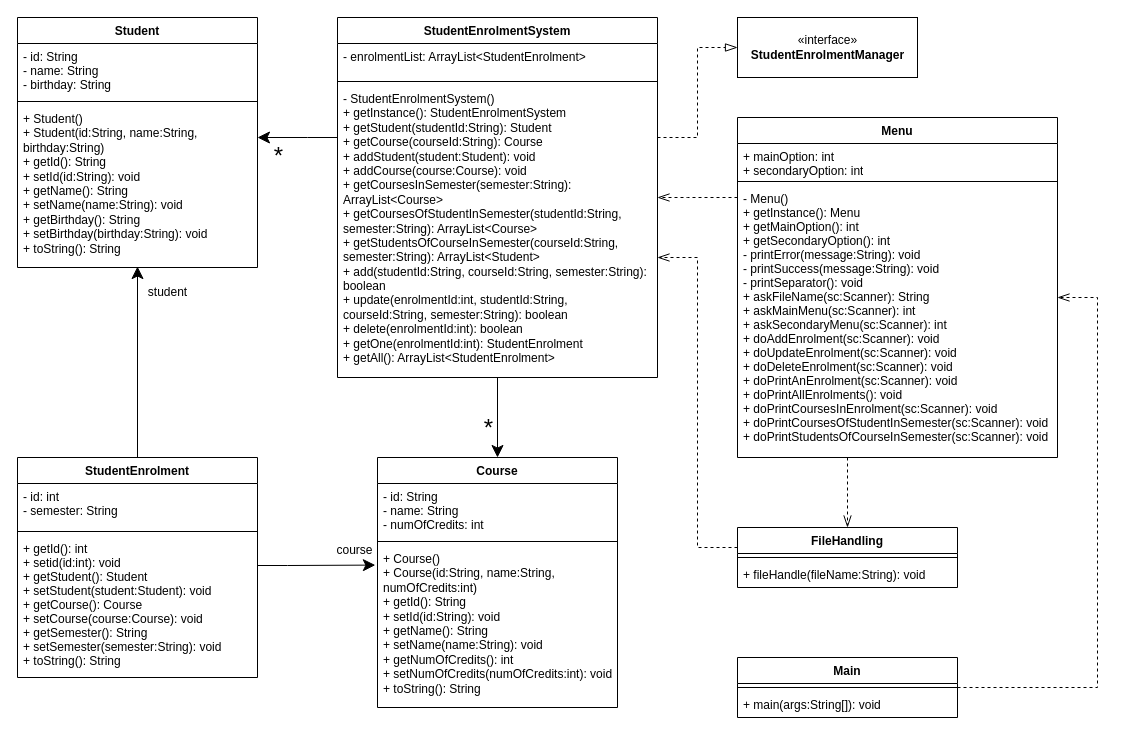
Earlier version of the draw.io diagram page "Class Diagram" (1 of 2) of diagrams.drawio (tuann07/COSC2440-a1-student-enrolment-management). Source tidied: cells renumbered, new cells numbered last; positions are measured from the earlier drawing's top-left corner, leaving out a move shared by most shapes. Both pictures are drawn from the tidied source at 100%, with x=0, y=0 at pixel (17, 17).
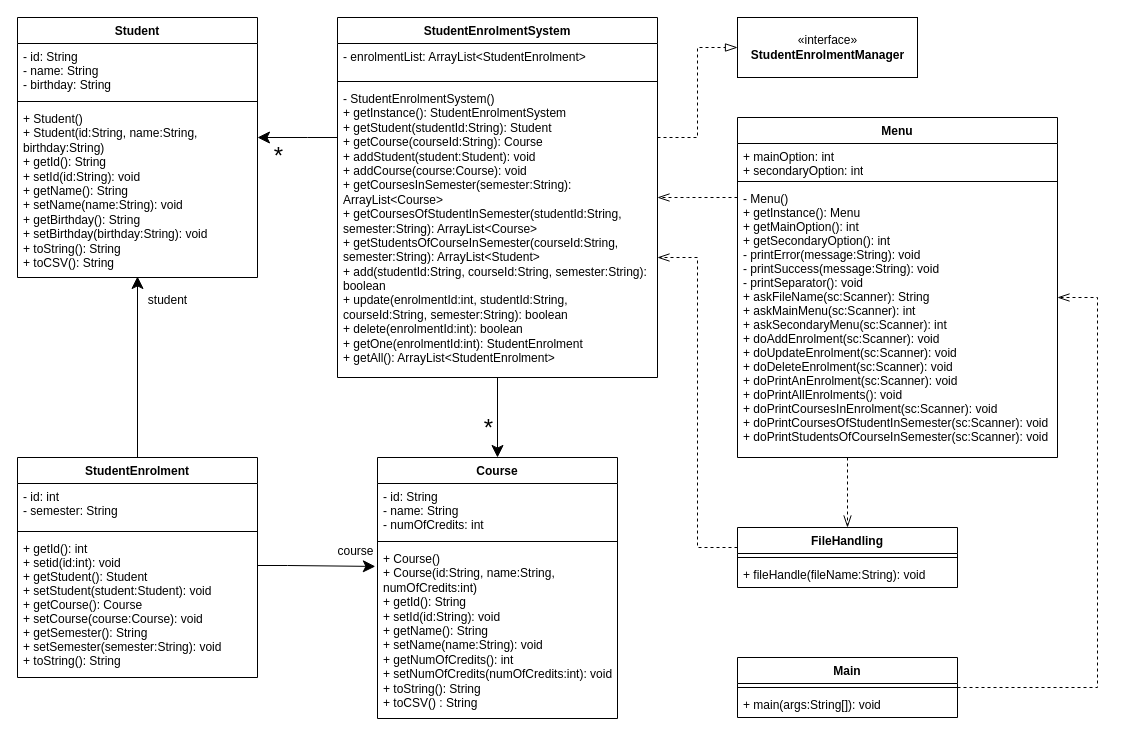
The same page after the edit.

Change to the diagram source:
```diff
@@
     <mxCell id="3" value="Student" style="swimlane;fontStyle=1;align=center;verticalAlign=top;horizontal=1;startSize=26;" parent="1" vertex="1">
-      <mxGeometry width="240" height="250" as="geometry" />
+      <mxGeometry width="240" height="260" as="geometry" />
     </mxCell>
@@
-    <mxCell id="6" value="+ Student()&#10;+ Student(id:String, name:String, birthday:String)&#10;+ getId(): String&#10;+ setId(id:String): void&#10;+ getName(): String&#10;+ setName(name:String): void&#10;+ getBirthday(): String&#10;+ setBirthday(birthday:String): void&#10;+ toString(): String" style="text;strokeColor=none;fillColor=none;align=left;verticalAlign=top;spacingLeft=4;spacingRight=4;overflow=hidden;points=[[0,0.5],[1,0.5]];portConstraint=eastwest;whiteSpace=wrap;" parent="3" vertex="1">
-      <mxGeometry y="88" width="240" height="162" as="geometry" />
+    <mxCell id="6" value="+ Student()&#10;+ Student(id:String, name:String, birthday:String)&#10;+ getId(): String&#10;+ setId(id:String): void&#10;+ getName(): String&#10;+ setName(name:String): void&#10;+ getBirthday(): String&#10;+ setBirthday(birthday:String): void&#10;+ toString(): String&#10;+ toCSV(): String" style="text;strokeColor=none;fillColor=none;align=left;verticalAlign=top;spacingLeft=4;spacingRight=4;overflow=hidden;points=[[0,0.5],[1,0.5]];portConstraint=eastwest;whiteSpace=wrap;" parent="3" vertex="1">
+      <mxGeometry y="88" width="240" height="172" as="geometry" />
     </mxCell>
@@
     <mxCell id="13" value="Course" style="swimlane;fontStyle=1;align=center;verticalAlign=top;horizontal=1;startSize=26;" parent="1" vertex="1">
-      <mxGeometry x="360" y="440" width="240" height="250" as="geometry" />
+      <mxGeometry x="360" y="440" width="240" height="261" as="geometry" />
     </mxCell>
@@
-    <mxCell id="16" value="+ Course()&#10;+ Course(id:String, name:String, numOfCredits:int)&#10;+ getId(): String&#10;+ setId(id:String): void&#10;+ getName(): String&#10;+ setName(name:String): void&#10;+ getNumOfCredits(): int&#10;+ setNumOfCredits(numOfCredits:int): void&#10;+ toString(): String" style="text;strokeColor=none;fillColor=none;align=left;verticalAlign=top;spacingLeft=4;spacingRight=4;overflow=hidden;points=[[0,0.5],[1,0.5]];portConstraint=eastwest;whiteSpace=wrap;" parent="13" vertex="1">
-      <mxGeometry y="88" width="240" height="162" as="geometry" />
+    <mxCell id="16" value="+ Course()&#10;+ Course(id:String, name:String, numOfCredits:int)&#10;+ getId(): String&#10;+ setId(id:String): void&#10;+ getName(): String&#10;+ setName(name:String): void&#10;+ getNumOfCredits(): int&#10;+ setNumOfCredits(numOfCredits:int): void&#10;+ toString(): String&#10;+ toCSV() : String" style="text;strokeColor=none;fillColor=none;align=left;verticalAlign=top;spacingLeft=4;spacingRight=4;overflow=hidden;points=[[0,0.5],[1,0.5]];portConstraint=eastwest;whiteSpace=wrap;" parent="13" vertex="1">
+      <mxGeometry y="88" width="240" height="173" as="geometry" />
     </mxCell>
```
